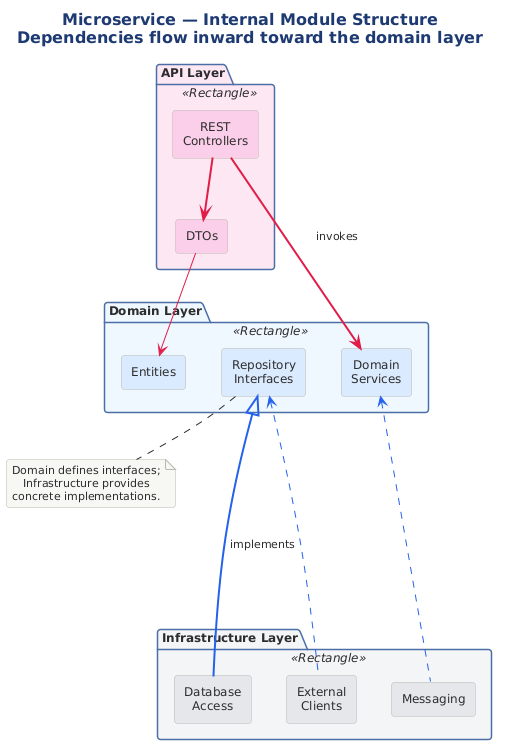
The PlantUML diagram src/architecture/views-and-beyond/style-catalogs/module/module-views/png/microservice-internal-module-structure.png in Notoriousjayy/latex-docs, before a commit. The source it was exported from:
```plantuml
@startuml


!include ../../../../../../tooling/styles/plantuml/structural/package-diagram-style.iuml

title <b>Microservice — Internal Module Structure</b>\nDependencies flow inward toward the domain layer

package "API Layer" <<Rectangle>> #FCE7F3 {
  rectangle "REST\nControllers" as RC #FBCFE8
  rectangle "DTOs" as DTO #FBCFE8
}

package "Domain Layer" <<Rectangle>> #EFF6FF {
  rectangle "Entities" as ENT #DBEAFE
  rectangle "Domain\nServices" as DS #DBEAFE
  rectangle "Repository\nInterfaces" as RI #DBEAFE
}

package "Infrastructure Layer" <<Rectangle>> #F3F4F6 {
  rectangle "Database\nAccess" as DB #E5E7EB
  rectangle "Messaging" as MSG #E5E7EB
  rectangle "External\nClients" as EC #E5E7EB
}

RC -[#E11D48,bold]down-> DS : " invokes "
RC -[#E11D48,bold]down-> DTO
DTO -[#E11D48]down-> ENT

DB -[#2563EB,bold]up-.|> RI : " implements "
MSG -[#2563EB]up-.-> DS
EC -[#2563EB]up-.-> RI

note bottom of RI
  Domain defines interfaces;
  Infrastructure provides
  concrete implementations.
end note
@enduml
```
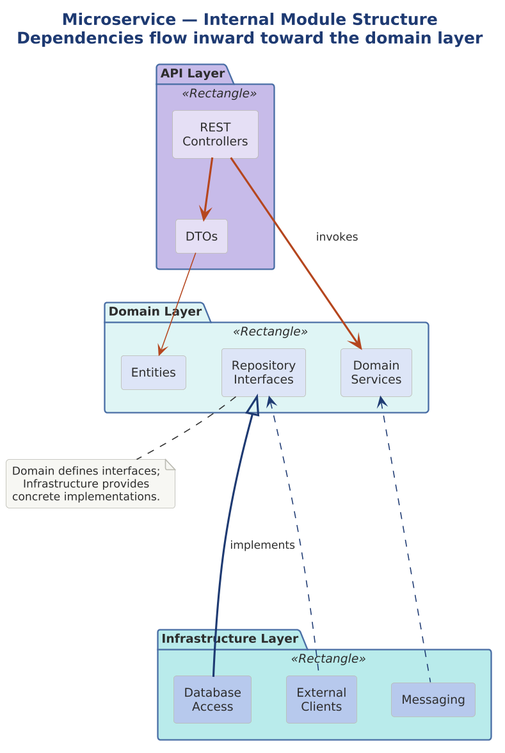
The same file after the commit.

The edit, as a diff of the source:
```diff
@@ -1,34 +1,38 @@
 @startuml
+
+skinparam dpi 150
+
+
 
 
 !include ../../../../../../tooling/styles/plantuml/structural/package-diagram-style.iuml
 
 title <b>Microservice — Internal Module Structure</b>\nDependencies flow inward toward the domain layer
 
-package "API Layer" <<Rectangle>> #FCE7F3 {
-  rectangle "REST\nControllers" as RC #FBCFE8
-  rectangle "DTOs" as DTO #FBCFE8
+package "API Layer" <<Rectangle>> $deep_alt {
+  rectangle "REST\nControllers" as RC $fill_alt
+  rectangle "DTOs" as DTO $fill_alt
 }
 
-package "Domain Layer" <<Rectangle>> #EFF6FF {
-  rectangle "Entities" as ENT #DBEAFE
-  rectangle "Domain\nServices" as DS #DBEAFE
-  rectangle "Repository\nInterfaces" as RI #DBEAFE
+package "Domain Layer" <<Rectangle>> $fill_dynamic {
+  rectangle "Entities" as ENT $fill_primary
+  rectangle "Domain\nServices" as DS $fill_primary
+  rectangle "Repository\nInterfaces" as RI $fill_primary
 }
 
-package "Infrastructure Layer" <<Rectangle>> #F3F4F6 {
-  rectangle "Database\nAccess" as DB #E5E7EB
-  rectangle "Messaging" as MSG #E5E7EB
-  rectangle "External\nClients" as EC #E5E7EB
+package "Infrastructure Layer" <<Rectangle>> $deep_dynamic {
+  rectangle "Database\nAccess" as DB $deep_primary
+  rectangle "Messaging" as MSG $deep_primary
+  rectangle "External\nClients" as EC $deep_primary
 }
 
-RC -[#E11D48,bold]down-> DS : " invokes "
-RC -[#E11D48,bold]down-> DTO
-DTO -[#E11D48]down-> ENT
+RC -[$line_invalid,bold]down-> DS : " invokes "
+RC -[$line_invalid,bold]down-> DTO
+DTO -[$line_invalid]down-> ENT
 
-DB -[#2563EB,bold]up-.|> RI : " implements "
-MSG -[#2563EB]up-.-> DS
-EC -[#2563EB]up-.-> RI
+DB -[$line_primary,bold]up-.|> RI : " implements "
+MSG -[$line_primary]up-.-> DS
+EC -[$line_primary]up-.-> RI
 
 note bottom of RI
   Domain defines interfaces;
```
